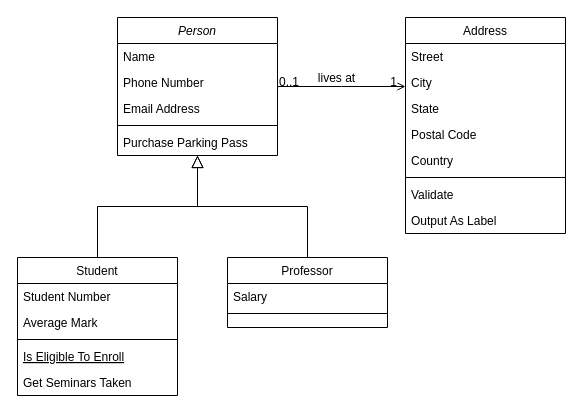
This is Untitled Diagram.drawio from lawplus/car-park, a draw.io file, before an edit. Source tidied: cells renumbered, new cells numbered last; positions are measured from the earlier drawing's top-left corner, leaving out a move shared by most shapes. Both pictures are drawn from the tidied source at 100%, with x=0, y=0 at pixel (17, 17).
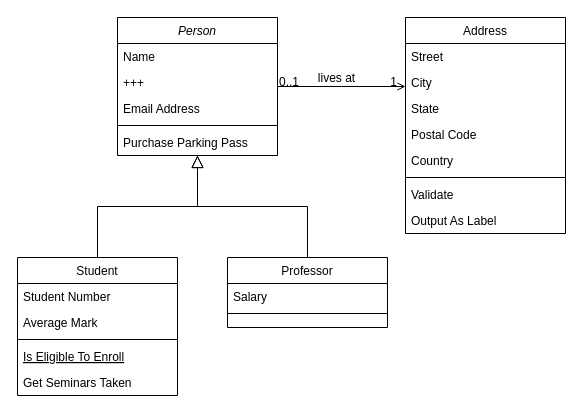
Above is the later version.

The change refers to these unchanged cells:
```xml
<mxCell id="2" value="Person" style="swimlane;fontStyle=2;align=center;verticalAlign=top;horizontal=1;startSize=26;rounded=0;shadow=0;strokeWidth=1;" parent="1" vertex="1">
  <mxGeometry x="100" width="160" height="138" as="geometry" />
</mxCell>
```

Change to the diagram source:
```diff
@@
-    <mxCell id="4" value="Phone Number" style="text;align=left;verticalAlign=top;spacingLeft=4;spacingRight=4;overflow=hidden;rounded=0;shadow=0;html=0;" parent="2" vertex="1">
+    <mxCell id="4" value="+++" style="text;align=left;verticalAlign=top;spacingLeft=4;spacingRight=4;overflow=hidden;rounded=0;shadow=0;html=0;" parent="2" vertex="1">
       <mxGeometry y="52" width="160" height="26" as="geometry" />
     </mxCell>
```
